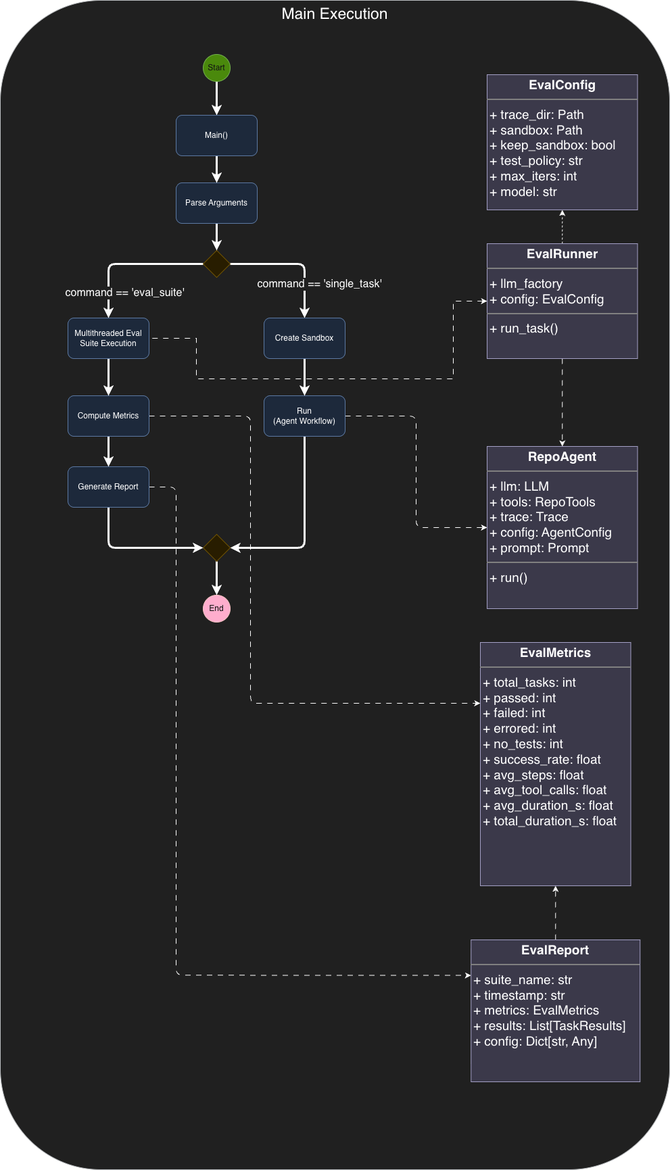
This is blog_post/diagrams/main_execution.png from jbthejedi/llm-repo-agent, a draw.io export, as it was before one commit. Source tidied: cells renumbered, new cells last; positions are measured from the earlier drawing's top-left corner, leaving out a move shared by most shapes.
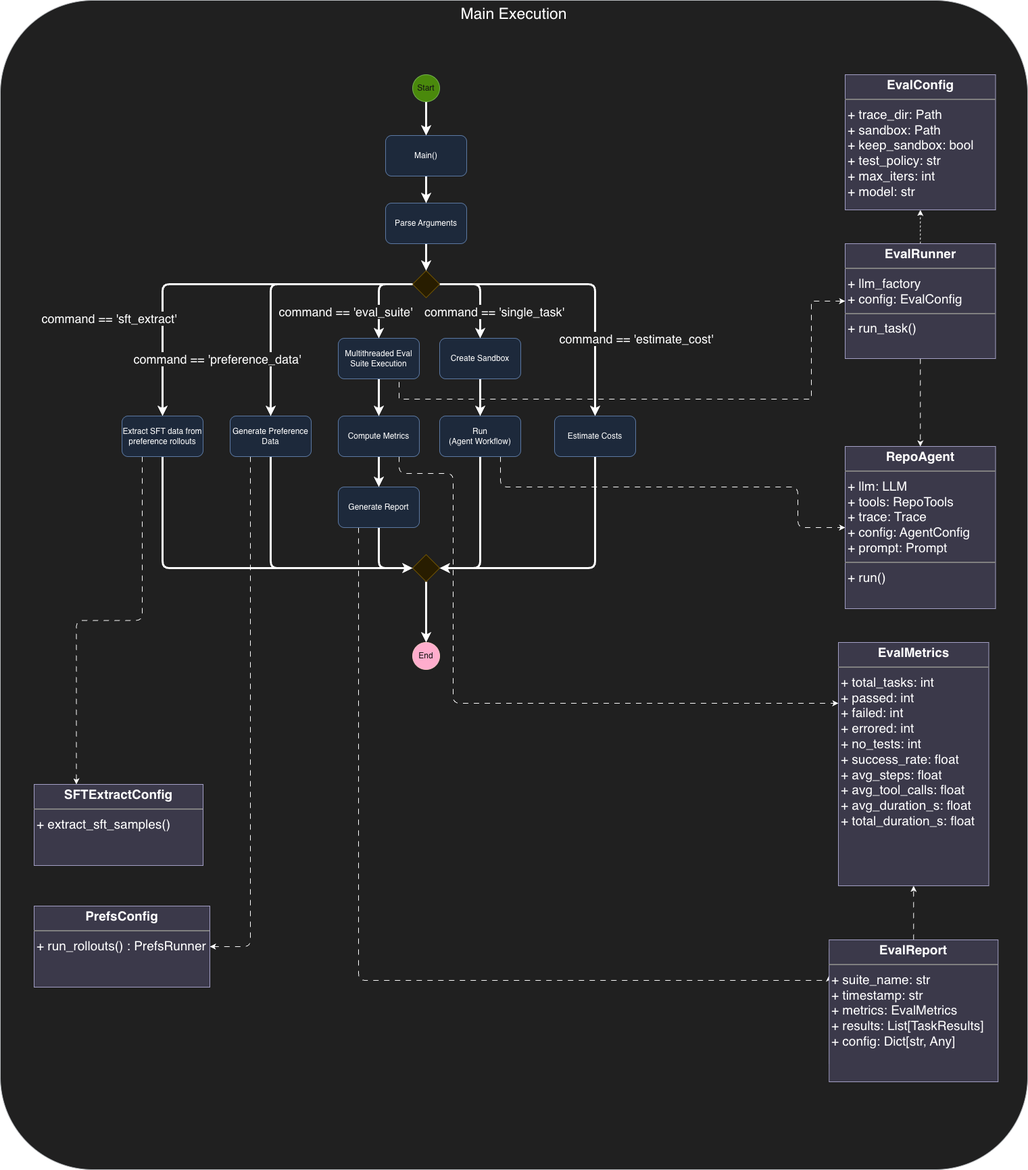
The same diagram one commit later.

Change to the diagram source:
```diff
@@ -2,63 +2,84 @@
   <root>
     <mxCell id="0" />
     <mxCell id="1" parent="0" />
-    <mxCell id="2" value="Main Execution" style="rounded=1;whiteSpace=wrap;html=1;fillColor=#eeeeee;strokeColor=#36393d;verticalAlign=top;fontSize=23;" parent="1" vertex="1">
-      <mxGeometry width="990" height="1730" as="geometry" />
+    <mxCell id="2" value="Main Execution" style="rounded=1;whiteSpace=wrap;html=1;fillColor=#eeeeee;strokeColor=#36393d;verticalAlign=top;fontSize=23;arcSize=9;" parent="1" vertex="1">
+      <mxGeometry x="-530" width="1520" height="1730" as="geometry" />
     </mxCell>
     <mxCell id="3" style="edgeStyle=none;html=1;exitX=0.5;exitY=1;exitDx=0;exitDy=0;entryX=0.5;entryY=0;entryDx=0;entryDy=0;strokeWidth=3;" parent="1" edge="1" source="4" target="26">
       <mxGeometry relative="1" as="geometry" />
     </mxCell>
     <mxCell id="4" value="Start" style="ellipse;whiteSpace=wrap;html=1;fillColor=#60a917;fontColor=#ffffff;strokeColor=#2D7600;" parent="1" vertex="1">
-      <mxGeometry x="300" y="80" width="40" height="40" as="geometry" />
+      <mxGeometry x="80" y="110" width="40" height="40" as="geometry" />
     </mxCell>
     <mxCell id="5" style="edgeStyle=orthogonalEdgeStyle;html=1;exitX=0.5;exitY=1;exitDx=0;exitDy=0;entryX=1;entryY=0.5;entryDx=0;entryDy=0;strokeWidth=3;" parent="1" edge="1" source="7" target="14">
       <mxGeometry relative="1" as="geometry" />
     </mxCell>
-    <mxCell id="6" style="edgeStyle=orthogonalEdgeStyle;html=1;exitX=1;exitY=0.5;exitDx=0;exitDy=0;entryX=0;entryY=0.5;entryDx=0;entryDy=0;dashed=1;dashPattern=8 8;" parent="1" edge="1" source="7" target="20">
-      <mxGeometry relative="1" as="geometry" />
+    <mxCell id="6" style="edgeStyle=orthogonalEdgeStyle;html=1;exitX=0.75;exitY=1;exitDx=0;exitDy=0;entryX=0;entryY=0.5;entryDx=0;entryDy=0;dashed=1;dashPattern=8 8;" parent="1" edge="1" source="7" target="20">
+      <mxGeometry relative="1" as="geometry">
+        <Array as="points">
+          <mxPoint x="210" y="720" />
+          <mxPoint x="650" y="720" />
+          <mxPoint x="650" y="780" />
+        </Array>
+      </mxGeometry>
     </mxCell>
     <mxCell id="7" value="Run&lt;br&gt;(Agent Workflow)" style="rounded=1;whiteSpace=wrap;html=1;fillColor=#dae8fc;strokeColor=#6c8ebf;" parent="1" vertex="1">
-      <mxGeometry x="390" y="585" width="120" height="60" as="geometry" />
+      <mxGeometry x="120" y="615" width="120" height="60" as="geometry" />
     </mxCell>
     <mxCell id="8" style="edgeStyle=orthogonalEdgeStyle;html=1;exitX=1;exitY=0.5;exitDx=0;exitDy=0;entryX=0.5;entryY=0;entryDx=0;entryDy=0;strokeWidth=3;" parent="1" edge="1" source="12" target="22">
       <mxGeometry relative="1" as="geometry" />
     </mxCell>
-    <mxCell id="9" value="command == 'single_task'" style="edgeLabel;html=1;align=center;verticalAlign=middle;fontSize=16;labelBackgroundColor=light-dark(#FFFFFF,#202020);" parent="8" vertex="1">
+    <mxCell id="9" value="command == 'single_task'" style="edgeLabel;html=1;align=center;verticalAlign=middle;fontSize=18;labelBackgroundColor=light-dark(#FFFFFF,#202020);" parent="8" vertex="1">
       <mxGeometry x="0.14" y="3" relative="1" as="geometry">
-        <mxPoint x="17" y="28" as="offset" />
+        <mxPoint x="17" y="20" as="offset" />
       </mxGeometry>
     </mxCell>
     <mxCell id="10" style="edgeStyle=orthogonalEdgeStyle;html=1;exitX=0;exitY=0.5;exitDx=0;exitDy=0;entryX=0.5;entryY=0;entryDx=0;entryDy=0;strokeWidth=3;" parent="1" edge="1" source="12" target="38">
       <mxGeometry relative="1" as="geometry">
         <Array as="points">
-          <mxPoint x="160" y="390" />
+          <mxPoint x="30" y="420" />
         </Array>
       </mxGeometry>
     </mxCell>
-    <mxCell id="11" value="command == 'eval_suite'" style="edgeLabel;html=1;align=center;verticalAlign=middle;fontSize=16;labelBackgroundColor=light-dark(#FFFFFF,#202020);" parent="10" vertex="1">
+    <mxCell id="11" value="command == 'eval_suite'" style="edgeLabel;html=1;align=center;verticalAlign=middle;fontSize=18;labelBackgroundColor=light-dark(#FFFFFF,#202020);" parent="10" vertex="1">
       <mxGeometry x="-0.02" y="1" relative="1" as="geometry">
-        <mxPoint x="-11" y="40" as="offset" />
+        <mxPoint x="-51" y="26" as="offset" />
       </mxGeometry>
     </mxCell>
+    <mxCell id="39" style="edgeStyle=orthogonalEdgeStyle;html=1;exitX=1;exitY=0.5;exitDx=0;exitDy=0;entryX=0.5;entryY=0;entryDx=0;entryDy=0;strokeWidth=3;" parent="1" edge="1" source="12" target="49">
+      <mxGeometry relative="1" as="geometry" />
+    </mxCell>
+    <mxCell id="40" value="command == 'estimate_cost'" style="edgeLabel;html=1;align=center;verticalAlign=middle;fontSize=18;labelBackgroundColor=light-dark(#FFFFFF,#202020);" parent="39" vertex="1">
+      <mxGeometry x="0.08" y="-4" relative="1" as="geometry">
+        <mxPoint x="64" y="80" as="offset" />
+      </mxGeometry>
+    </mxCell>
+    <mxCell id="41" style="edgeStyle=orthogonalEdgeStyle;html=1;exitX=0;exitY=0.5;exitDx=0;exitDy=0;entryX=0.5;entryY=0;entryDx=0;entryDy=0;strokeWidth=3;" parent="1" edge="1" source="12" target="52">
+      <mxGeometry relative="1" as="geometry" />
+    </mxCell>
+    <mxCell id="42" value="command == 'sft_extract'" style="edgeLabel;html=1;align=center;verticalAlign=middle;fontSize=18;labelBackgroundColor=light-dark(#FFFFFF,#202020);" parent="41" vertex="1">
+      <mxGeometry x="0.49" y="2" relative="1" as="geometry">
+        <mxPoint x="-82" as="offset" />
+      </mxGeometry>
+    </mxCell>
     <mxCell id="12" style="rhombus;whiteSpace=wrap;html=1;fillColor=#fff2cc;strokeColor=#d6b656;" parent="1" vertex="1">
-      <mxGeometry x="300" y="370" width="40" height="40" as="geometry" />
+      <mxGeometry x="80" y="400" width="40" height="40" as="geometry" />
     </mxCell>
     <mxCell id="13" style="edgeStyle=none;html=1;exitX=0.5;exitY=1;exitDx=0;exitDy=0;entryX=0.5;entryY=0;entryDx=0;entryDy=0;strokeWidth=3;" parent="1" edge="1" source="14" target="15">
       <mxGeometry relative="1" as="geometry" />
     </mxCell>
     <mxCell id="14" style="rhombus;whiteSpace=wrap;html=1;fillColor=#fff2cc;strokeColor=#d6b656;" parent="1" vertex="1">
-      <mxGeometry x="300" y="790" width="40" height="40" as="geometry" />
+      <mxGeometry x="80" y="820" width="40" height="40" as="geometry" />
     </mxCell>
     <mxCell id="15" value="End" style="ellipse;whiteSpace=wrap;html=1;fillColor=#a20025;fontColor=#ffffff;strokeColor=#6F0000;" parent="1" vertex="1">
-      <mxGeometry x="300" y="880" width="40" height="40" as="geometry" />
+      <mxGeometry x="80" y="950" width="40" height="40" as="geometry" />
     </mxCell>
-    <mxCell id="16" style="edgeStyle=orthogonalEdgeStyle;html=1;exitX=0;exitY=0.5;exitDx=0;exitDy=0;entryX=1;entryY=0.5;entryDx=0;entryDy=0;rounded=0;curved=0;dashed=1;dashPattern=8 8;startArrow=classic;startFill=1;endArrow=none;endFill=0;" parent="1" edge="1" source="19" target="38">
+    <mxCell id="16" style="edgeStyle=orthogonalEdgeStyle;html=1;exitX=0;exitY=0.5;exitDx=0;exitDy=0;entryX=0.75;entryY=1;entryDx=0;entryDy=0;rounded=0;curved=0;dashed=1;dashPattern=8 8;startArrow=classic;startFill=1;endArrow=none;endFill=0;" parent="1" edge="1" source="19" target="38">
       <mxGeometry relative="1" as="geometry">
         <Array as="points">
           <mxPoint x="670" y="445" />
-          <mxPoint x="670" y="560" />
-          <mxPoint x="290" y="560" />
-          <mxPoint x="290" y="500" />
+          <mxPoint x="670" y="590" />
+          <mxPoint x="60" y="590" />
         </Array>
       </mxGeometry>
     </mxCell>
@@ -78,47 +99,48 @@
       <mxGeometry relative="1" as="geometry" />
     </mxCell>
     <mxCell id="22" value="Create Sandbox" style="rounded=1;whiteSpace=wrap;html=1;fillColor=#dae8fc;strokeColor=#6c8ebf;" parent="1" vertex="1">
-      <mxGeometry x="390" y="470" width="120" height="60" as="geometry" />
+      <mxGeometry x="120" y="500" width="120" height="60" as="geometry" />
     </mxCell>
     <mxCell id="23" style="edgeStyle=none;html=1;exitX=0.5;exitY=1;exitDx=0;exitDy=0;entryX=0.5;entryY=0;entryDx=0;entryDy=0;strokeWidth=3;" parent="1" edge="1" source="24" target="12">
       <mxGeometry relative="1" as="geometry" />
     </mxCell>
     <mxCell id="24" value="Parse Arguments" style="rounded=1;whiteSpace=wrap;html=1;fillColor=#dae8fc;strokeColor=#6c8ebf;" parent="1" vertex="1">
-      <mxGeometry x="260" y="270" width="120" height="60" as="geometry" />
+      <mxGeometry x="40" y="300" width="120" height="60" as="geometry" />
     </mxCell>
     <mxCell id="25" style="edgeStyle=none;html=1;exitX=0.5;exitY=1;exitDx=0;exitDy=0;entryX=0.5;entryY=0;entryDx=0;entryDy=0;strokeWidth=3;" parent="1" edge="1" source="26" target="24">
       <mxGeometry relative="1" as="geometry" />
     </mxCell>
     <mxCell id="26" value="Main()" style="rounded=1;whiteSpace=wrap;html=1;fillColor=#dae8fc;strokeColor=#6c8ebf;" parent="1" vertex="1">
-      <mxGeometry x="260" y="170" width="120" height="60" as="geometry" />
+      <mxGeometry x="40" y="200" width="120" height="60" as="geometry" />
     </mxCell>
     <mxCell id="27" style="edgeStyle=none;html=1;exitX=0.5;exitY=1;exitDx=0;exitDy=0;entryX=0.5;entryY=0;entryDx=0;entryDy=0;strokeWidth=3;" parent="1" edge="1" source="29" target="32">
       <mxGeometry relative="1" as="geometry" />
     </mxCell>
-    <mxCell id="28" style="edgeStyle=orthogonalEdgeStyle;html=1;exitX=1;exitY=0.5;exitDx=0;exitDy=0;entryX=0;entryY=0.25;entryDx=0;entryDy=0;dashed=1;dashPattern=8 8;" parent="1" edge="1" source="29" target="34">
+    <mxCell id="28" style="edgeStyle=orthogonalEdgeStyle;html=1;exitX=0.75;exitY=1;exitDx=0;exitDy=0;entryX=0;entryY=0.25;entryDx=0;entryDy=0;dashed=1;dashPattern=8 8;" parent="1" edge="1" source="29" target="34">
       <mxGeometry relative="1" as="geometry">
         <Array as="points">
-          <mxPoint x="370" y="615" />
-          <mxPoint x="370" y="1040" />
+          <mxPoint x="60" y="700" />
+          <mxPoint x="140" y="700" />
+          <mxPoint x="140" y="1040" />
         </Array>
       </mxGeometry>
     </mxCell>
     <mxCell id="29" value="Compute Metrics" style="rounded=1;whiteSpace=wrap;html=1;fillColor=#dae8fc;strokeColor=#6c8ebf;" parent="1" vertex="1">
-      <mxGeometry x="100" y="585" width="120" height="60" as="geometry" />
+      <mxGeometry x="-30" y="615" width="120" height="60" as="geometry" />
     </mxCell>
     <mxCell id="30" style="edgeStyle=orthogonalEdgeStyle;html=1;exitX=0.5;exitY=1;exitDx=0;exitDy=0;entryX=0;entryY=0.5;entryDx=0;entryDy=0;strokeWidth=3;" parent="1" edge="1" source="32" target="14">
       <mxGeometry relative="1" as="geometry" />
     </mxCell>
-    <mxCell id="31" style="edgeStyle=orthogonalEdgeStyle;html=1;exitX=1;exitY=0.5;exitDx=0;exitDy=0;entryX=0;entryY=0.25;entryDx=0;entryDy=0;dashed=1;dashPattern=8 8;" parent="1" edge="1" source="32" target="36">
+    <mxCell id="31" style="edgeStyle=orthogonalEdgeStyle;html=1;exitX=0.25;exitY=1;exitDx=0;exitDy=0;entryX=0;entryY=0.25;entryDx=0;entryDy=0;dashed=1;dashPattern=8 8;" parent="1" edge="1" source="32" target="36">
       <mxGeometry relative="1" as="geometry">
         <Array as="points">
-          <mxPoint x="260" y="720" />
-          <mxPoint x="260" y="1443" />
+          <mxPoint y="1450" />
+          <mxPoint x="696" y="1450" />
         </Array>
       </mxGeometry>
     </mxCell>
     <mxCell id="32" value="Generate Report" style="rounded=1;whiteSpace=wrap;html=1;fillColor=#dae8fc;strokeColor=#6c8ebf;" parent="1" vertex="1">
-      <mxGeometry x="100" y="690" width="120" height="60" as="geometry" />
+      <mxGeometry x="-30" y="720" width="120" height="60" as="geometry" />
     </mxCell>
     <mxCell id="33" value="&lt;p style=&quot;margin:0px;margin-top:4px;text-align:center;&quot;&gt;&lt;b&gt;EvalConfig&lt;/b&gt;&lt;/p&gt;&lt;hr style=&quot;border-style:solid;&quot;&gt;&lt;p style=&quot;margin:0px;margin-left:4px;&quot;&gt;+ trace_dir: Path&lt;/p&gt;&lt;p style=&quot;margin:0px;margin-left:4px;&quot;&gt;+ sandbox: Path&lt;/p&gt;&lt;p style=&quot;margin:0px;margin-left:4px;&quot;&gt;+ keep_sandbox: bool&lt;/p&gt;&lt;p style=&quot;margin:0px;margin-left:4px;&quot;&gt;+ test_policy: str&lt;/p&gt;&lt;p style=&quot;margin:0px;margin-left:4px;&quot;&gt;+ max_iters: int&lt;/p&gt;&lt;p style=&quot;margin:0px;margin-left:4px;&quot;&gt;+ model: str&lt;/p&gt;" style="verticalAlign=top;align=left;overflow=fill;html=1;whiteSpace=wrap;fontSize=19;fillColor=#d0cee2;strokeColor=#56517e;labelBackgroundColor=none;" parent="1" vertex="1">
       <mxGeometry x="720" y="110" width="222.5" height="200" as="geometry" />
@@ -136,7 +158,49 @@
       <mxGeometry relative="1" as="geometry" />
     </mxCell>
     <mxCell id="38" value="Multithreaded Eval Suite Execution" style="rounded=1;whiteSpace=wrap;html=1;fillColor=#dae8fc;strokeColor=#6c8ebf;" parent="1" vertex="1">
-      <mxGeometry x="100" y="470" width="120" height="60" as="geometry" />
+      <mxGeometry x="-30" y="500" width="120" height="60" as="geometry" />
     </mxCell>
+    <mxCell id="43" style="edgeStyle=orthogonalEdgeStyle;html=1;exitX=0.5;exitY=1;exitDx=0;exitDy=0;entryX=0;entryY=0.5;entryDx=0;entryDy=0;strokeWidth=3;" parent="1" edge="1" source="45" target="14">
+      <mxGeometry relative="1" as="geometry" />
+    </mxCell>
+    <mxCell id="44" style="edgeStyle=orthogonalEdgeStyle;html=1;exitX=0.25;exitY=1;exitDx=0;exitDy=0;entryX=1;entryY=0.5;entryDx=0;entryDy=0;dashed=1;dashPattern=8 8;" parent="1" edge="1" source="45" target="53">
+      <mxGeometry relative="1" as="geometry" />
+    </mxCell>
+    <mxCell id="45" value="Generate Preference Data" style="rounded=1;whiteSpace=wrap;html=1;fillColor=#dae8fc;strokeColor=#6c8ebf;" parent="1" vertex="1">
+      <mxGeometry x="-190" y="615" width="120" height="60" as="geometry" />
+    </mxCell>
+    <mxCell id="46" style="edgeStyle=orthogonalEdgeStyle;html=1;exitX=0;exitY=0.5;exitDx=0;exitDy=0;entryX=0.5;entryY=0;entryDx=0;entryDy=0;strokeWidth=3;" parent="1" edge="1" source="12" target="45">
+      <mxGeometry relative="1" as="geometry">
+        <Array as="points">
+          <mxPoint x="-130" y="420" />
+        </Array>
+      </mxGeometry>
+    </mxCell>
+    <mxCell id="47" value="command == 'preference_data'" style="edgeLabel;html=1;align=center;verticalAlign=middle;fontSize=18;labelBackgroundColor=light-dark(#FFFFFF,#202020);" parent="46" vertex="1">
+      <mxGeometry x="-0.02" y="1" relative="1" as="geometry">
+        <mxPoint x="-92" y="109" as="offset" />
+      </mxGeometry>
+    </mxCell>
+    <mxCell id="48" style="edgeStyle=orthogonalEdgeStyle;html=1;exitX=0.5;exitY=1;exitDx=0;exitDy=0;entryX=1;entryY=0.5;entryDx=0;entryDy=0;strokeWidth=3;" parent="1" edge="1" source="49" target="14">
+      <mxGeometry relative="1" as="geometry" />
+    </mxCell>
+    <mxCell id="49" value="Estimate Costs" style="rounded=1;whiteSpace=wrap;html=1;fillColor=#dae8fc;strokeColor=#6c8ebf;" parent="1" vertex="1">
+      <mxGeometry x="290" y="615" width="120" height="60" as="geometry" />
+    </mxCell>
+    <mxCell id="50" style="edgeStyle=orthogonalEdgeStyle;html=1;exitX=0.5;exitY=1;exitDx=0;exitDy=0;entryX=0;entryY=0.5;entryDx=0;entryDy=0;strokeWidth=3;" parent="1" edge="1" source="52" target="14">
+      <mxGeometry relative="1" as="geometry" />
+    </mxCell>
+    <mxCell id="51" style="edgeStyle=orthogonalEdgeStyle;html=1;exitX=0.25;exitY=1;exitDx=0;exitDy=0;entryX=0.25;entryY=0;entryDx=0;entryDy=0;dashed=1;dashPattern=8 8;" parent="1" edge="1" source="52" target="54">
+      <mxGeometry relative="1" as="geometry" />
+    </mxCell>
+    <mxCell id="52" value="Extract SFT data from preference rollouts" style="rounded=1;whiteSpace=wrap;html=1;fillColor=#dae8fc;strokeColor=#6c8ebf;" parent="1" vertex="1">
+      <mxGeometry x="-350" y="615" width="120" height="60" as="geometry" />
+    </mxCell>
+    <mxCell id="53" value="&lt;p style=&quot;margin:0px;margin-top:4px;text-align:center;&quot;&gt;&lt;b&gt;PrefsConfig&lt;/b&gt;&lt;/p&gt;&lt;hr style=&quot;border-style:solid;&quot;&gt;&lt;p style=&quot;margin:0px;margin-left:4px;&quot;&gt;+ run_rollouts() : PrefsRunner&lt;/p&gt;" style="verticalAlign=top;align=left;overflow=fill;html=1;whiteSpace=wrap;fontSize=19;fillColor=#d0cee2;strokeColor=#56517e;labelBackgroundColor=none;" parent="1" vertex="1">
+      <mxGeometry x="-480" y="1340" width="260" height="120" as="geometry" />
+    </mxCell>
+    <mxCell id="54" value="&lt;p style=&quot;margin:0px;margin-top:4px;text-align:center;&quot;&gt;&lt;b&gt;SFTExtractConfig&lt;/b&gt;&lt;/p&gt;&lt;hr style=&quot;border-style:solid;&quot;&gt;&lt;p style=&quot;margin:0px;margin-left:4px;&quot;&gt;+ extract_sft_samples()&lt;/p&gt;" style="verticalAlign=top;align=left;overflow=fill;html=1;whiteSpace=wrap;fontSize=19;fillColor=#d0cee2;strokeColor=#56517e;labelBackgroundColor=none;" parent="1" vertex="1">
+      <mxGeometry x="-480" y="1160" width="250" height="120" as="geometry" />
+    </mxCell>
   </root>
 </mxGraphModel>
```
